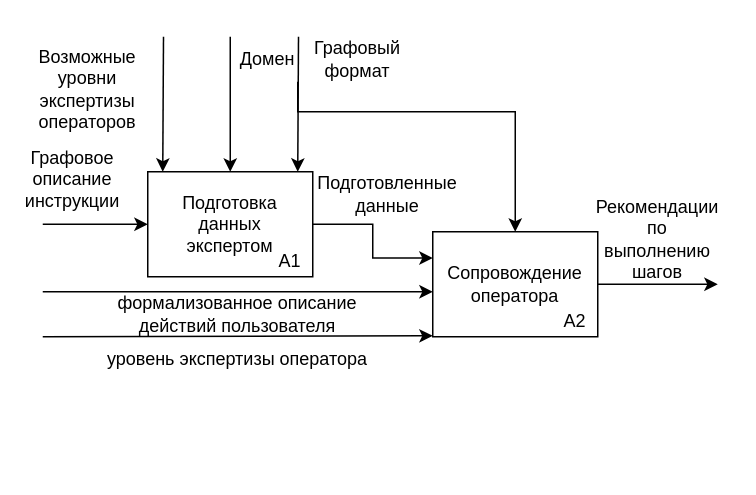
Jarozin/diplom keeps this draw.io diagram as report/inc/img/idef0_x.drawio. Above is the earlier version. Source tidied: cells renumbered, new cells numbered last; positions are measured from the earlier drawing's top-left corner, leaving out a move shared by most shapes. Both pictures are drawn from the tidied source at 150%, with x=0, y=0 at pixel (27, 36).
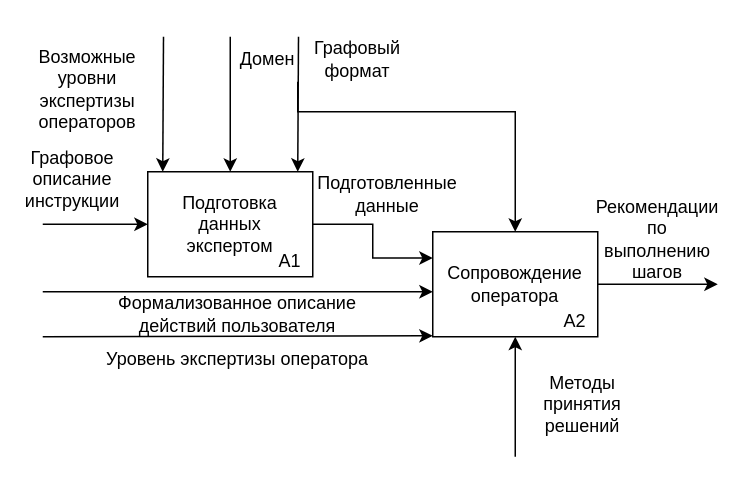
The same diagram, later.

Unchanged cells that the change refers to:
```xml
<mxCell id="3" style="rounded=0;whiteSpace=wrap;html=1;" parent="2" vertex="1">
  <mxGeometry width="110" height="70" as="geometry" />
</mxCell>
```

Change to the diagram source:
```diff
@@
-    <mxCell id="17" value="формализованное описание действий пользователя" style="text;html=1;align=center;verticalAlign=middle;whiteSpace=wrap;rounded=0;" parent="1" vertex="1">
+    <mxCell id="17" value="Ф&lt;span style=&quot;background-color: transparent; color: light-dark(rgb(0, 0, 0), rgb(255, 255, 255));&quot;&gt;ормализованное описание действий пользователя&lt;/span&gt;" style="text;html=1;align=center;verticalAlign=middle;whiteSpace=wrap;rounded=0;" parent="1" vertex="1">
       <mxGeometry x="55" y="170" width="170" height="30" as="geometry" />
     </mxCell>
@@
-    <mxCell id="26" value="уровень экспертизы оператора" style="text;html=1;align=center;verticalAlign=middle;whiteSpace=wrap;rounded=0;" parent="1" vertex="1">
+    <mxCell id="26" value="Уровень экспертизы оператора" style="text;html=1;align=center;verticalAlign=middle;whiteSpace=wrap;rounded=0;" parent="1" vertex="1">
       <mxGeometry x="30" y="200" width="220" height="30" as="geometry" />
     </mxCell>
+    <mxCell id="27" style="endArrow=classic;html=1;rounded=0;entryX=0.5;entryY=1;entryDx=0;entryDy=0;" parent="1" edge="1" target="3">
+      <mxGeometry relative="1" as="geometry">
+        <mxPoint x="325" y="280" as="sourcePoint" />
+      </mxGeometry>
+    </mxCell>
+    <mxCell id="28" value="Методы принятия решений" style="text;html=1;align=center;verticalAlign=middle;whiteSpace=wrap;rounded=0;" parent="1" vertex="1">
+      <mxGeometry x="340" y="230" width="60" height="30" as="geometry" />
+    </mxCell>
```
